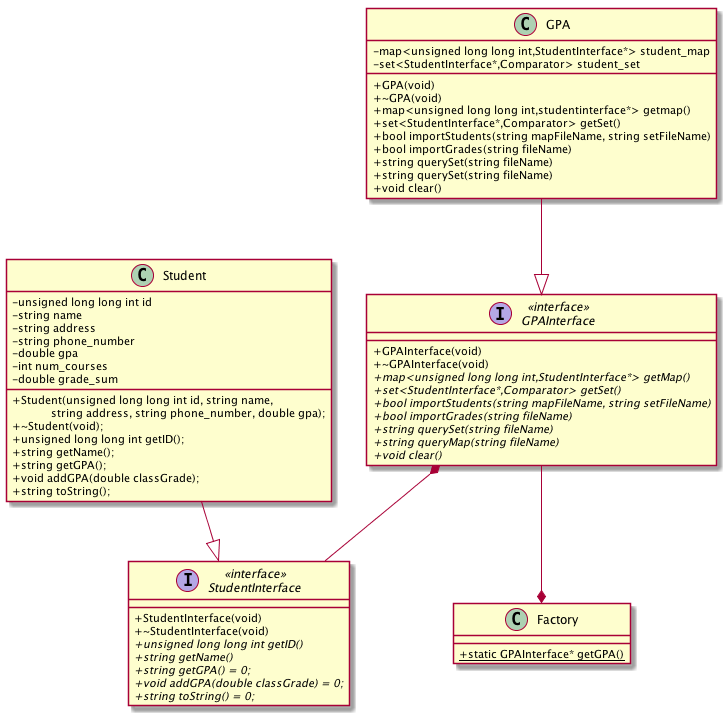
The PlantUML diagram cs235/projects/lab7/lab7.png in emdarcher/my_cs_labs, before a commit. Its diagram source:
```plantuml
@startuml
skinparam classAttributeIconSize 0

interface StudentInterface <<interface>> {
    + StudentInterface(void)
    + ~StudentInterface(void)
    + {abstract} unsigned long long int getID()
    + {abstract} string getName()
    + {abstract} string getGPA() = 0;
	+ {abstract} void addGPA(double classGrade) = 0;
    + {abstract} string toString() = 0;

}

interface GPAInterface <<interface>> {
    + GPAInterface(void)
    + ~GPAInterface(void)
    + {abstract} map<unsigned long long int,StudentInterface*> getMap()
    + {abstract} set<StudentInterface*,Comparator> getSet()
    + {abstract} bool importStudents(string mapFileName, string setFileName)
    + {abstract} bool importGrades(string fileName)
    + {abstract} string querySet(string fileName)
	+ {abstract} string queryMap(string fileName)
	+ {abstract} void clear()

}

GPAInterface *-- StudentInterface

GPAInterface --* Factory

class Factory {
    + {static} static GPAInterface* getGPA()
}

GPA --|> GPAInterface

class GPA {
    - map<unsigned long long int,StudentInterface*> student_map
    - set<StudentInterface*,Comparator> student_set
    + GPA(void)
    + ~GPA(void)
    + map<unsigned long long int,studentinterface*> getmap()
    + set<StudentInterface*,Comparator> getSet()
    + bool importStudents(string mapFileName, string setFileName)
    + bool importGrades(string fileName)
    + string querySet(string fileName)
    + string querySet(string fileName)
    + void clear()
}

Student --|> StudentInterface

class Student {

    - unsigned long long int id
    - string name
    - string address
    - string phone_number
    - double gpa
    - int num_courses
    - double grade_sum
    + Student(unsigned long long int id, string name,
                 string address, string phone_number, double gpa);
    + ~Student(void);

	+ unsigned long long int getID();

	+ string getName();
	+ string getGPA();
	+ void addGPA(double classGrade);
	+ string toString();
}

@enduml
```
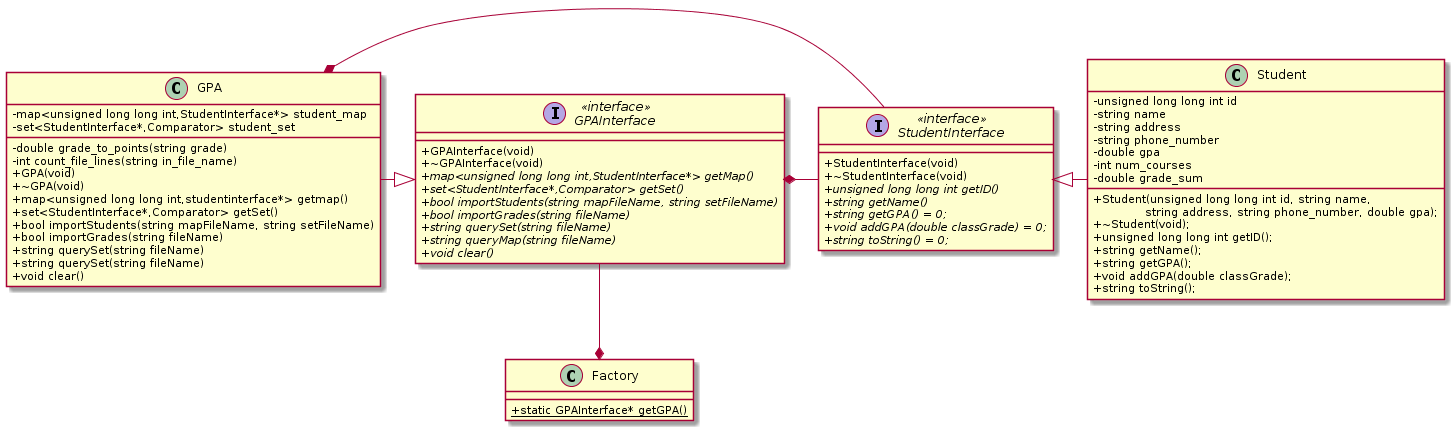
Above is the later version.

Commit message:
worked on the UML document

Change to the diagram source:
```diff
@@ -25,7 +25,7 @@
 
 }
 
-GPAInterface *-- StudentInterface
+StudentInterface -right-* GPAInterface
 
 GPAInterface --* Factory
 
@@ -33,11 +33,13 @@
     + {static} static GPAInterface* getGPA()
 }
 
-GPA --|> GPAInterface
+GPA -right-|> GPAInterface
 
 class GPA {
     - map<unsigned long long int,StudentInterface*> student_map
     - set<StudentInterface*,Comparator> student_set
+    - double grade_to_points(string grade)
+    - int count_file_lines(string in_file_name)
     + GPA(void)
     + ~GPA(void)
     + map<unsigned long long int,studentinterface*> getmap()
@@ -49,7 +51,9 @@
     + void clear()
 }
 
-Student --|> StudentInterface
+StudentInterface -down-* GPA
+
+Student -right-|> StudentInterface
 
 class Student {
 
```
